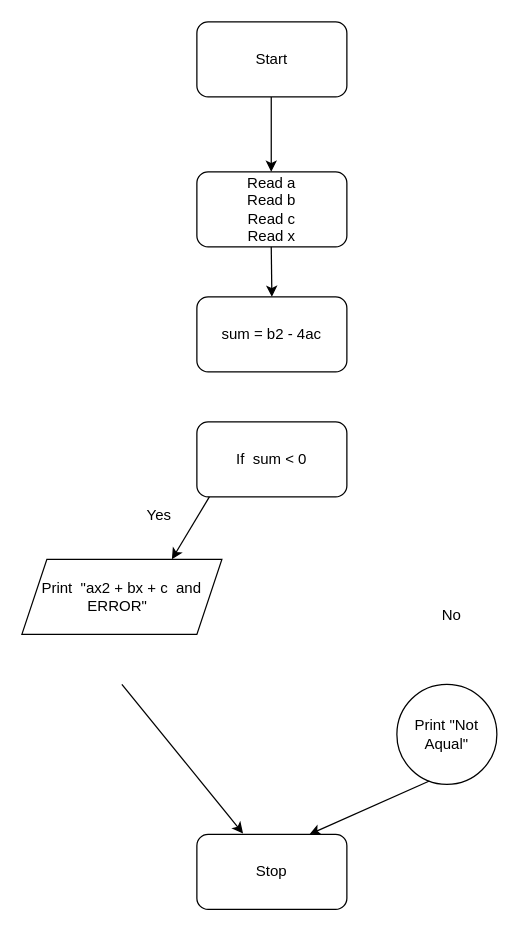
The draw.io diagram Homework2.drawio in eliasAinsworth7/funnysearching, before the edit. Source tidied: cells renumbered, new cells numbered last; positions are measured from the earlier drawing's top-left corner, leaving out a move shared by most shapes. Both pictures are drawn from the tidied source at 125%, with x=0, y=0 at pixel (21, 21).
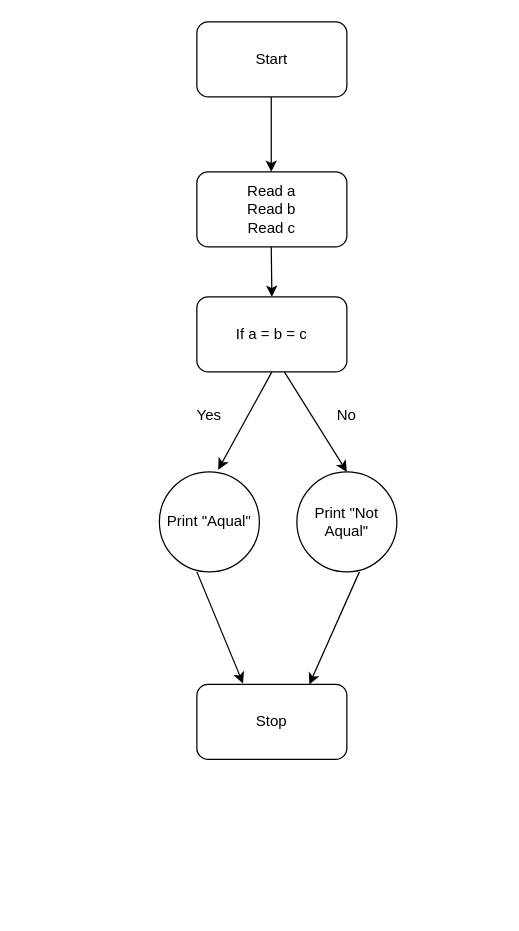
Above is the later version.

Change to the diagram source:
```diff
@@
     <mxCell id="3" value="Stop" style="rounded=1;whiteSpace=wrap;html=1;" parent="1" vertex="1">
-      <mxGeometry x="140" y="650" width="120" height="60" as="geometry" />
+      <mxGeometry x="140" y="530" width="120" height="60" as="geometry" />
     </mxCell>
-    <mxCell id="4" value="Read a&lt;br&gt;Read b&lt;br&gt;Read c&lt;br&gt;Read x" style="rounded=1;whiteSpace=wrap;html=1;" parent="1" vertex="1">
+    <mxCell id="4" value="Read a&lt;br&gt;Read b&lt;br&gt;Read c" style="rounded=1;whiteSpace=wrap;html=1;" parent="1" vertex="1">
       <mxGeometry x="140" y="120" width="120" height="60" as="geometry" />
     </mxCell>
-    <mxCell id="5" value="sum = b2 - 4ac" style="rounded=1;whiteSpace=wrap;html=1;" parent="1" vertex="1">
+    <mxCell id="5" value="If a = b = c" style="rounded=1;whiteSpace=wrap;html=1;" parent="1" vertex="1">
       <mxGeometry x="140" y="220" width="120" height="60" as="geometry" />
     </mxCell>
+    <mxCell id="16" style="endArrow=classic;html=1;rounded=0;entryX=0.588;entryY=-0.022;entryDx=0;entryDy=0;entryPerimeter=0;" parent="1" edge="1" target="18">
+      <mxGeometry relative="1" as="geometry">
+        <mxPoint x="200" y="280" as="sourcePoint" />
+      </mxGeometry>
+    </mxCell>
+    <mxCell id="17" style="endArrow=classic;html=1;rounded=0;entryX=0.5;entryY=0;entryDx=0;entryDy=0;" parent="1" edge="1" target="8">
+      <mxGeometry relative="1" as="geometry">
+        <mxPoint x="210" y="280" as="sourcePoint" />
+      </mxGeometry>
+    </mxCell>
     <mxCell id="6" value="Yes" style="text;html=1;strokeColor=none;fillColor=none;align=center;verticalAlign=middle;whiteSpace=wrap;rounded=0;" parent="1" vertex="1">
-      <mxGeometry x="80" y="380" width="60" height="30" as="geometry" />
+      <mxGeometry x="120" y="300" width="60" height="30" as="geometry" />
     </mxCell>
     <mxCell id="7" value="No&lt;br&gt;" style="text;html=1;strokeColor=none;fillColor=none;align=center;verticalAlign=middle;whiteSpace=wrap;rounded=0;" parent="1" vertex="1">
-      <mxGeometry x="314" y="460" width="60" height="30" as="geometry" />
+      <mxGeometry x="230" y="300" width="60" height="30" as="geometry" />
     </mxCell>
+    <mxCell id="18" value="Print &quot;Aqual&quot;" style="ellipse;whiteSpace=wrap;html=1;" parent="1" vertex="1">
+      <mxGeometry x="110" y="360" width="80" height="80" as="geometry" />
+    </mxCell>
     <mxCell id="8" value="Print &quot;Not Aqual&quot;" style="ellipse;whiteSpace=wrap;html=1;" parent="1" vertex="1">
-      <mxGeometry x="300" y="530" width="80" height="80" as="geometry" />
+      <mxGeometry x="220" y="360" width="80" height="80" as="geometry" />
     </mxCell>
-    <mxCell id="9" style="endArrow=classic;html=1;rounded=0;entryX=0.308;entryY=-0.012;entryDx=0;entryDy=0;entryPerimeter=0;exitX=0.5;exitY=1;exitDx=0;exitDy=0;exitPerimeter=0;" parent="1" edge="1" target="3">
+    <mxCell id="9" style="endArrow=classic;html=1;rounded=0;entryX=0.308;entryY=-0.012;entryDx=0;entryDy=0;entryPerimeter=0;" parent="1" edge="1" target="3">
       <mxGeometry relative="1" as="geometry">
-        <mxPoint x="80" y="530" as="sourcePoint" />
+        <mxPoint x="140" y="440" as="sourcePoint" />
       </mxGeometry>
     </mxCell>
-    <mxCell id="10" style="endArrow=classic;html=1;rounded=0;entryX=0.75;entryY=0;entryDx=0;entryDy=0;exitX=0.325;exitY=0.966;exitDx=0;exitDy=0;exitPerimeter=0;" parent="1" edge="1" source="8" target="3">
-      <mxGeometry relative="1" as="geometry" />
+    <mxCell id="10" style="endArrow=classic;html=1;rounded=0;entryX=0.75;entryY=0;entryDx=0;entryDy=0;" parent="1" edge="1" target="3">
+      <mxGeometry relative="1" as="geometry">
+        <mxPoint x="270" y="440" as="sourcePoint" />
+      </mxGeometry>
     </mxCell>
@@
-    <mxCell id="13" value="If&amp;nbsp; sum &amp;lt; 0" style="rounded=1;whiteSpace=wrap;html=1;" parent="1" vertex="1">
-      <mxGeometry x="140" y="320" width="120" height="60" as="geometry" />
-    </mxCell>
-    <mxCell id="14" style="endArrow=classic;html=1;rounded=0;" parent="1" edge="1">
-      <mxGeometry relative="1" as="geometry">
-        <mxPoint x="150" y="380" as="sourcePoint" />
-        <mxPoint x="120" y="430" as="targetPoint" />
-      </mxGeometry>
-    </mxCell>
-    <mxCell id="15" value="Print&amp;nbsp; &quot;ax2 + bx + c&amp;nbsp; and ERROR&quot;&amp;nbsp;&amp;nbsp;" style="shape=parallelogram;perimeter=parallelogramPerimeter;whiteSpace=wrap;html=1;fixedSize=1;" parent="1" vertex="1">
-      <mxGeometry y="430" width="160" height="60" as="geometry" />
-    </mxCell>
```
